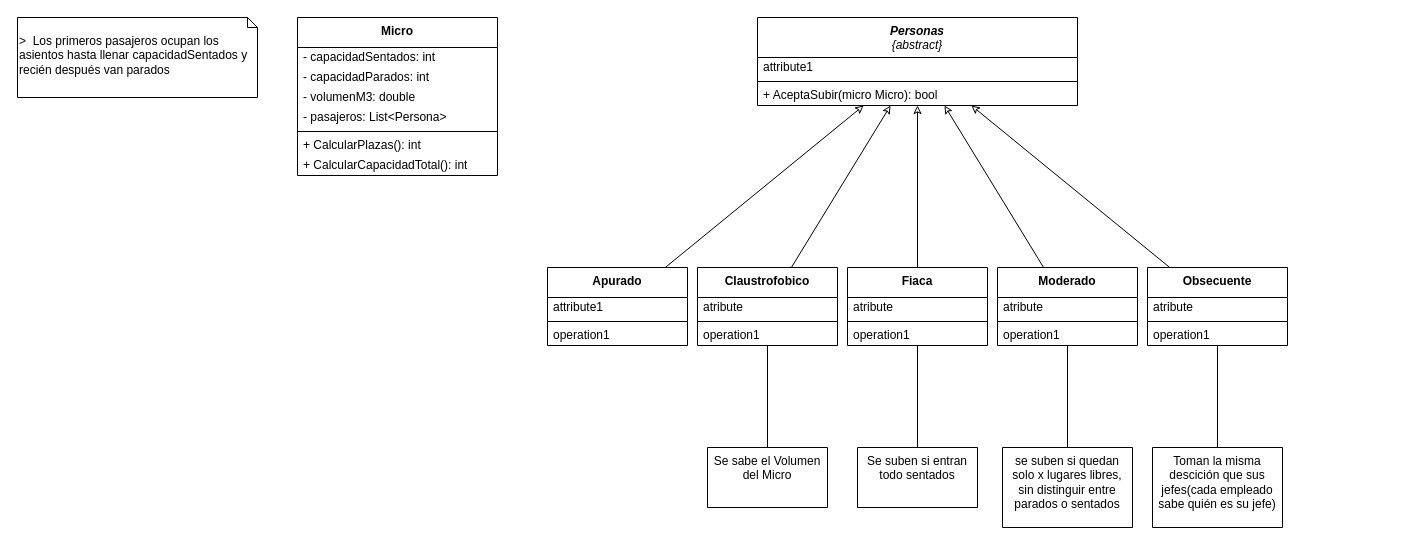
gastonjavierricchiardi/ejercicios-csharp-utn-2026 keeps this draw.io diagram as src/Micros/EJMicros.dio. Above is the earlier version. Source tidied: cells renumbered, new cells numbered last; positions are measured from the earlier drawing's top-left corner, leaving out a move shared by most shapes. Both pictures are drawn from the tidied source at 100%, with x=0, y=0 at pixel (17, 17).
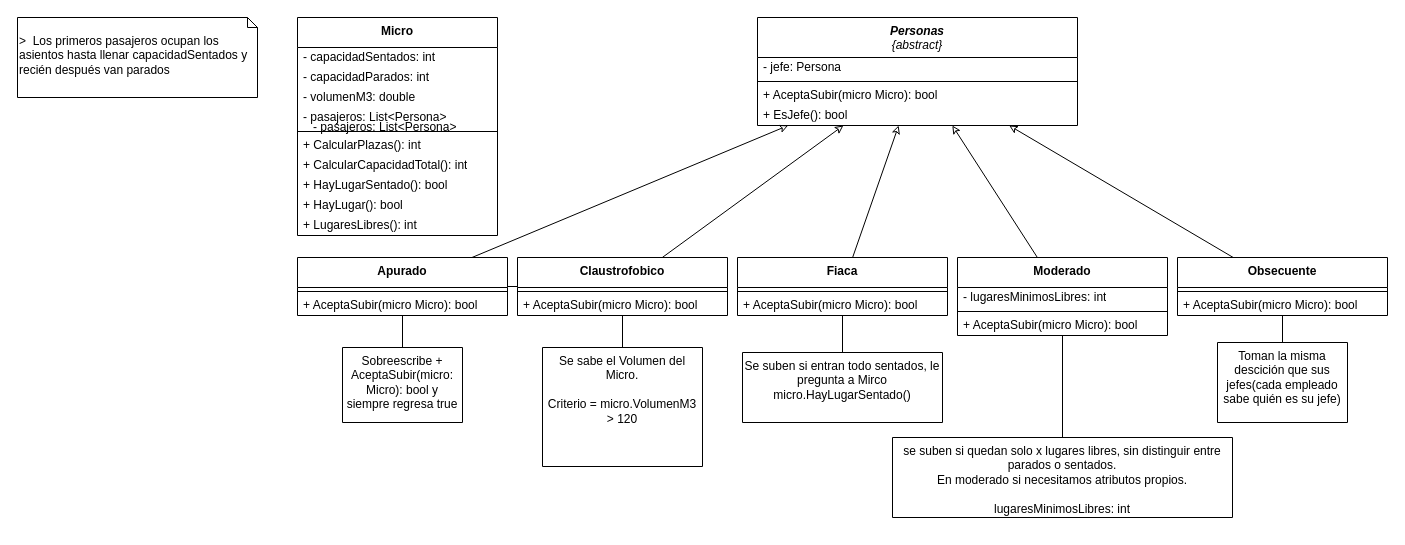
After the change.

Change to the diagram source:
```diff
@@
     <mxCell id="2" value="&lt;b&gt;Micro&lt;/b&gt;" style="swimlane;fontStyle=0;align=center;verticalAlign=top;horizontal=1;startSize=30;html=1;whiteSpace=wrap;" parent="1" vertex="1">
-      <mxGeometry x="280" width="200" height="158" as="geometry" />
+      <mxGeometry x="280" width="200" height="218" as="geometry" />
     </mxCell>
@@
+    <mxCell id="48" value="+ HayLugarSentado(): bool" style="text;html=1;strokeColor=none;fillColor=none;align=left;verticalAlign=middle;spacingLeft=4;spacingRight=4;overflow=hidden;whiteSpace=wrap;" parent="2" vertex="1">
+      <mxGeometry y="158" width="200" height="20" as="geometry" />
+    </mxCell>
+    <mxCell id="49" value="+ HayLugar(): bool" style="text;html=1;strokeColor=none;fillColor=none;align=left;verticalAlign=middle;spacingLeft=4;spacingRight=4;overflow=hidden;whiteSpace=wrap;" parent="2" vertex="1">
+      <mxGeometry y="178" width="200" height="20" as="geometry" />
+    </mxCell>
+    <mxCell id="50" value="+ LugaresLibres(): int" style="text;html=1;strokeColor=none;fillColor=none;align=left;verticalAlign=middle;spacingLeft=4;spacingRight=4;overflow=hidden;whiteSpace=wrap;" parent="2" vertex="1">
+      <mxGeometry y="198" width="200" height="20" as="geometry" />
+    </mxCell>
     <mxCell id="10" value="&lt;b&gt;&lt;i&gt;Personas&lt;/i&gt;&lt;/b&gt;&lt;div&gt;&lt;i&gt;{abstract}&lt;/i&gt;&lt;/div&gt;" style="swimlane;fontStyle=0;align=center;verticalAlign=top;horizontal=1;startSize=40;html=1;whiteSpace=wrap;" parent="1" vertex="1">
-      <mxGeometry x="740" width="320" height="88" as="geometry" />
+      <mxGeometry x="740" width="320" height="108" as="geometry" />
     </mxCell>
-    <mxCell id="11" value="attribute1" style="text;html=1;strokeColor=none;fillColor=none;align=left;verticalAlign=middle;spacingLeft=4;spacingRight=4;overflow=hidden;whiteSpace=wrap;" parent="10" vertex="1">
-      <mxGeometry y="40" width="320" height="20" as="geometry" />
-    </mxCell>
+    <mxCell id="42" value="- jefe: Persona" style="text;html=1;strokeColor=none;fillColor=none;align=left;verticalAlign=middle;spacingLeft=4;spacingRight=4;overflow=hidden;whiteSpace=wrap;" parent="10" vertex="1">
+      <mxGeometry y="40" width="320" height="20" as="geometry" />
+    </mxCell>
@@
+    <mxCell id="51" value="+ EsJefe(): bool" style="text;html=1;strokeColor=none;fillColor=none;align=left;verticalAlign=middle;spacingLeft=4;spacingRight=4;overflow=hidden;whiteSpace=wrap;" parent="10" vertex="1">
+      <mxGeometry y="88" width="320" height="20" as="geometry" />
+    </mxCell>
@@
-    <mxCell id="15" value="&lt;b&gt;Apurado&lt;/b&gt;" style="swimlane;fontStyle=0;align=center;verticalAlign=top;horizontal=1;startSize=30;html=1;whiteSpace=wrap;" parent="1" vertex="1">
-      <mxGeometry x="530" y="250" width="140" height="78" as="geometry" />
-    </mxCell>
-    <mxCell id="16" value="attribute1" style="text;html=1;strokeColor=none;fillColor=none;align=left;verticalAlign=middle;spacingLeft=4;spacingRight=4;overflow=hidden;whiteSpace=wrap;" parent="15" vertex="1">
-      <mxGeometry y="30" width="140" height="20" as="geometry" />
-    </mxCell>
-    <mxCell id="17" style="line;strokeWidth=1;fillColor=none;align=left;verticalAlign=middle;spacingTop=-1;spacingLeft=3;spacingRight=3;labelPosition=right;" parent="15" vertex="1">
-      <mxGeometry y="50" width="140" height="8" as="geometry" />
-    </mxCell>
-    <mxCell id="18" value="operation1" style="text;html=1;strokeColor=none;fillColor=none;align=left;verticalAlign=middle;spacingLeft=4;spacingRight=4;overflow=hidden;whiteSpace=wrap;" parent="15" vertex="1">
-      <mxGeometry y="58" width="140" height="20" as="geometry" />
-    </mxCell>
@@
     <mxCell id="20" value="&lt;b&gt;Claustrofobico&lt;/b&gt;" style="swimlane;fontStyle=0;align=center;verticalAlign=top;horizontal=1;startSize=30;html=1;whiteSpace=wrap;" parent="1" vertex="1">
-      <mxGeometry x="680" y="250" width="140" height="78" as="geometry" />
+      <mxGeometry x="500" y="240" width="210" height="58" as="geometry" />
     </mxCell>
-    <mxCell id="21" value="atribute" style="text;html=1;strokeColor=none;fillColor=none;align=left;verticalAlign=middle;spacingLeft=4;spacingRight=4;overflow=hidden;whiteSpace=wrap;" parent="20" vertex="1">
-      <mxGeometry y="30" width="140" height="20" as="geometry" />
-    </mxCell>
     <mxCell id="22" style="line;strokeWidth=1;fillColor=none;align=left;verticalAlign=middle;spacingTop=-1;spacingLeft=3;spacingRight=3;labelPosition=right;" parent="20" vertex="1">
-      <mxGeometry y="50" width="140" height="8" as="geometry" />
+      <mxGeometry y="30" width="210" height="8" as="geometry" />
     </mxCell>
-    <mxCell id="23" value="operation1" style="text;html=1;strokeColor=none;fillColor=none;align=left;verticalAlign=middle;spacingLeft=4;spacingRight=4;overflow=hidden;whiteSpace=wrap;" parent="20" vertex="1">
-      <mxGeometry y="58" width="140" height="20" as="geometry" />
-    </mxCell>
+    <mxCell id="52" value="+ AceptaSubir(micro Micro): bool" style="text;html=1;strokeColor=none;fillColor=none;align=left;verticalAlign=middle;spacingLeft=4;spacingRight=4;overflow=hidden;whiteSpace=wrap;" parent="20" vertex="1">
+      <mxGeometry y="38" width="210" height="20" as="geometry" />
+    </mxCell>
-    <mxCell id="24" style="edgeStyle=none;html=1;endArrow=none;endFill=0;" parent="1" edge="1" source="25" target="20">
+    <mxCell id="24" style="edgeStyle=none;html=1;endArrow=none;endFill=0;" parent="1" edge="1" source="15" target="20">
       <mxGeometry relative="1" as="geometry" />
     </mxCell>
-    <mxCell id="25" value="Se sabe el Volumen del Micro" style="shape=note2;boundedLbl=1;whiteSpace=wrap;html=1;size=0;verticalAlign=top;align=center;" parent="1" vertex="1">
-      <mxGeometry x="690" y="430" width="120" height="60" as="geometry" />
+    <mxCell id="25" value="Se sabe el Volumen del Micro.&lt;div&gt;&lt;br&gt;&lt;/div&gt;&lt;div&gt;Criterio =&amp;nbsp;micro.VolumenM3 &amp;gt; 120&lt;/div&gt;&lt;div&gt;&lt;br&gt;&lt;/div&gt;" style="shape=note2;boundedLbl=1;whiteSpace=wrap;html=1;size=0;verticalAlign=top;align=center;" parent="1" vertex="1">
+      <mxGeometry x="525" y="330" width="160" height="119" as="geometry" />
     </mxCell>
@@
     <mxCell id="27" value="&lt;b&gt;Fiaca&lt;/b&gt;" style="swimlane;fontStyle=0;align=center;verticalAlign=top;horizontal=1;startSize=30;html=1;whiteSpace=wrap;" parent="1" vertex="1">
-      <mxGeometry x="830" y="250" width="140" height="78" as="geometry" />
+      <mxGeometry x="720" y="240" width="210" height="58" as="geometry" />
     </mxCell>
-    <mxCell id="28" value="atribute" style="text;html=1;strokeColor=none;fillColor=none;align=left;verticalAlign=middle;spacingLeft=4;spacingRight=4;overflow=hidden;whiteSpace=wrap;" parent="27" vertex="1">
-      <mxGeometry y="30" width="140" height="20" as="geometry" />
-    </mxCell>
     <mxCell id="29" style="line;strokeWidth=1;fillColor=none;align=left;verticalAlign=middle;spacingTop=-1;spacingLeft=3;spacingRight=3;labelPosition=right;" parent="27" vertex="1">
-      <mxGeometry y="50" width="140" height="8" as="geometry" />
+      <mxGeometry y="30" width="210" height="8" as="geometry" />
     </mxCell>
-    <mxCell id="30" value="operation1" style="text;html=1;strokeColor=none;fillColor=none;align=left;verticalAlign=middle;spacingLeft=4;spacingRight=4;overflow=hidden;whiteSpace=wrap;" parent="27" vertex="1">
-      <mxGeometry y="58" width="140" height="20" as="geometry" />
-    </mxCell>
+    <mxCell id="53" value="+ AceptaSubir(micro Micro): bool" style="text;html=1;strokeColor=none;fillColor=none;align=left;verticalAlign=middle;spacingLeft=4;spacingRight=4;overflow=hidden;whiteSpace=wrap;" parent="27" vertex="1">
+      <mxGeometry y="38" width="210" height="20" as="geometry" />
+    </mxCell>
@@
-    <mxCell id="32" value="Se suben si entran todo sentados" style="shape=note2;boundedLbl=1;whiteSpace=wrap;html=1;size=0;verticalAlign=top;align=center;" parent="1" vertex="1">
-      <mxGeometry x="840" y="430" width="120" height="60" as="geometry" />
+    <mxCell id="32" value="Se suben si entran todo sentados, le pregunta a Mirco&lt;div&gt;micro.HayLugarSentado()&lt;/div&gt;" style="shape=note2;boundedLbl=1;whiteSpace=wrap;html=1;size=0;verticalAlign=top;align=center;" parent="1" vertex="1">
+      <mxGeometry x="725" y="335" width="200" height="70" as="geometry" />
     </mxCell>
@@
     <mxCell id="34" value="&lt;b&gt;Moderado&lt;/b&gt;" style="swimlane;fontStyle=0;align=center;verticalAlign=top;horizontal=1;startSize=30;html=1;whiteSpace=wrap;" parent="1" vertex="1">
-      <mxGeometry x="980" y="250" width="140" height="78" as="geometry" />
+      <mxGeometry x="940" y="240" width="210" height="78" as="geometry" />
     </mxCell>
-    <mxCell id="35" value="atribute" style="text;html=1;strokeColor=none;fillColor=none;align=left;verticalAlign=middle;spacingLeft=4;spacingRight=4;overflow=hidden;whiteSpace=wrap;" parent="34" vertex="1">
-      <mxGeometry y="30" width="140" height="20" as="geometry" />
+    <mxCell id="35" value="- lugaresMinimosLibres: int" style="text;html=1;strokeColor=none;fillColor=none;align=left;verticalAlign=middle;spacingLeft=4;spacingRight=4;overflow=hidden;whiteSpace=wrap;" parent="34" vertex="1">
+      <mxGeometry y="30" width="210" height="20" as="geometry" />
     </mxCell>
     <mxCell id="36" style="line;strokeWidth=1;fillColor=none;align=left;verticalAlign=middle;spacingTop=-1;spacingLeft=3;spacingRight=3;labelPosition=right;" parent="34" vertex="1">
-      <mxGeometry y="50" width="140" height="8" as="geometry" />
+      <mxGeometry y="50" width="210" height="8" as="geometry" />
     </mxCell>
-    <mxCell id="37" value="operation1" style="text;html=1;strokeColor=none;fillColor=none;align=left;verticalAlign=middle;spacingLeft=4;spacingRight=4;overflow=hidden;whiteSpace=wrap;" parent="34" vertex="1">
-      <mxGeometry y="58" width="140" height="20" as="geometry" />
-    </mxCell>
+    <mxCell id="54" value="+ AceptaSubir(micro Micro): bool" style="text;html=1;strokeColor=none;fillColor=none;align=left;verticalAlign=middle;spacingLeft=4;spacingRight=4;overflow=hidden;whiteSpace=wrap;" parent="34" vertex="1">
+      <mxGeometry y="58" width="210" height="20" as="geometry" />
+    </mxCell>
@@
-    <mxCell id="39" value="se suben si quedan solo x lugares libres, sin distinguir entre parados o sentados" style="shape=note2;boundedLbl=1;whiteSpace=wrap;html=1;size=0;verticalAlign=top;align=center;" parent="1" vertex="1">
-      <mxGeometry x="985" y="430" width="130" height="80" as="geometry" />
+    <mxCell id="39" value="se suben si quedan solo x lugares libres, sin distinguir entre parados o sentados.&lt;div&gt;En moderado si necesitamos atributos propios.&lt;/div&gt;&lt;div&gt;&lt;br&gt;&lt;/div&gt;&lt;div&gt;lugaresMinimosLibres: int&lt;/div&gt;" style="shape=note2;boundedLbl=1;whiteSpace=wrap;html=1;size=0;verticalAlign=top;align=center;" parent="1" vertex="1">
+      <mxGeometry x="875" y="420" width="340" height="80" as="geometry" />
     </mxCell>
@@
     <mxCell id="41" value="&lt;b&gt;Obsecuente&lt;/b&gt;" style="swimlane;fontStyle=0;align=center;verticalAlign=top;horizontal=1;startSize=30;html=1;whiteSpace=wrap;" parent="1" vertex="1">
-      <mxGeometry x="1130" y="250" width="140" height="78" as="geometry" />
+      <mxGeometry x="1160" y="240" width="210" height="58" as="geometry" />
     </mxCell>
-    <mxCell id="42" value="atribute" style="text;html=1;strokeColor=none;fillColor=none;align=left;verticalAlign=middle;spacingLeft=4;spacingRight=4;overflow=hidden;whiteSpace=wrap;" parent="41" vertex="1">
-      <mxGeometry y="30" width="140" height="20" as="geometry" />
-    </mxCell>
     <mxCell id="43" style="line;strokeWidth=1;fillColor=none;align=left;verticalAlign=middle;spacingTop=-1;spacingLeft=3;spacingRight=3;labelPosition=right;" parent="41" vertex="1">
-      <mxGeometry y="50" width="140" height="8" as="geometry" />
+      <mxGeometry y="30" width="210" height="8" as="geometry" />
     </mxCell>
-    <mxCell id="44" value="operation1" style="text;html=1;strokeColor=none;fillColor=none;align=left;verticalAlign=middle;spacingLeft=4;spacingRight=4;overflow=hidden;whiteSpace=wrap;" parent="41" vertex="1">
-      <mxGeometry y="58" width="140" height="20" as="geometry" />
-    </mxCell>
+    <mxCell id="55" value="+ AceptaSubir(micro Micro): bool" style="text;html=1;strokeColor=none;fillColor=none;align=left;verticalAlign=middle;spacingLeft=4;spacingRight=4;overflow=hidden;whiteSpace=wrap;" parent="41" vertex="1">
+      <mxGeometry y="38" width="210" height="20" as="geometry" />
+    </mxCell>
@@
     <mxCell id="46" value="Toman la misma descición que sus jefes(cada empleado sabe quién es su jefe)" style="shape=note2;boundedLbl=1;whiteSpace=wrap;html=1;size=0;verticalAlign=top;align=center;" parent="1" vertex="1">
-      <mxGeometry x="1135" y="430" width="130" height="80" as="geometry" />
+      <mxGeometry x="1200" y="325" width="130" height="80" as="geometry" />
     </mxCell>
@@
+    <mxCell id="56" style="edgeStyle=none;html=1;endArrow=none;endFill=0;" parent="1" edge="1" source="57" target="15">
+      <mxGeometry relative="1" as="geometry" />
+    </mxCell>
+    <mxCell id="57" value="Sobreescribe + AceptaSubir(micro: Micro): bool y siempre regresa true" style="shape=note2;boundedLbl=1;whiteSpace=wrap;html=1;size=0;verticalAlign=top;align=center;" parent="1" vertex="1">
+      <mxGeometry x="325" y="330" width="120" height="75" as="geometry" />
+    </mxCell>
+    <mxCell id="58" value="- pasajeros: List&amp;lt;Persona&amp;gt;" style="text;html=1;strokeColor=none;fillColor=none;align=left;verticalAlign=middle;spacingLeft=4;spacingRight=4;overflow=hidden;whiteSpace=wrap;" parent="1" vertex="1">
+      <mxGeometry x="290" y="100" width="200" height="20" as="geometry" />
+    </mxCell>
+    <mxCell id="59" style="edgeStyle=none;html=1;endArrow=none;endFill=0;" parent="1" edge="1" source="25" target="20">
+      <mxGeometry relative="1" as="geometry" />
+    </mxCell>
+    <mxCell id="15" value="&lt;b&gt;Apurado&lt;/b&gt;" style="swimlane;fontStyle=0;align=center;verticalAlign=top;horizontal=1;startSize=30;html=1;whiteSpace=wrap;" parent="1" vertex="1">
+      <mxGeometry x="280" y="240" width="210" height="58" as="geometry" />
+    </mxCell>
+    <mxCell id="17" style="line;strokeWidth=1;fillColor=none;align=left;verticalAlign=middle;spacingTop=-1;spacingLeft=3;spacingRight=3;labelPosition=right;" parent="15" vertex="1">
+      <mxGeometry y="30" width="210" height="8" as="geometry" />
+    </mxCell>
+    <mxCell id="60" value="+ AceptaSubir(micro Micro): bool" style="text;html=1;strokeColor=none;fillColor=none;align=left;verticalAlign=middle;spacingLeft=4;spacingRight=4;overflow=hidden;whiteSpace=wrap;" parent="15" vertex="1">
+      <mxGeometry y="38" width="210" height="20" as="geometry" />
+    </mxCell>
```
